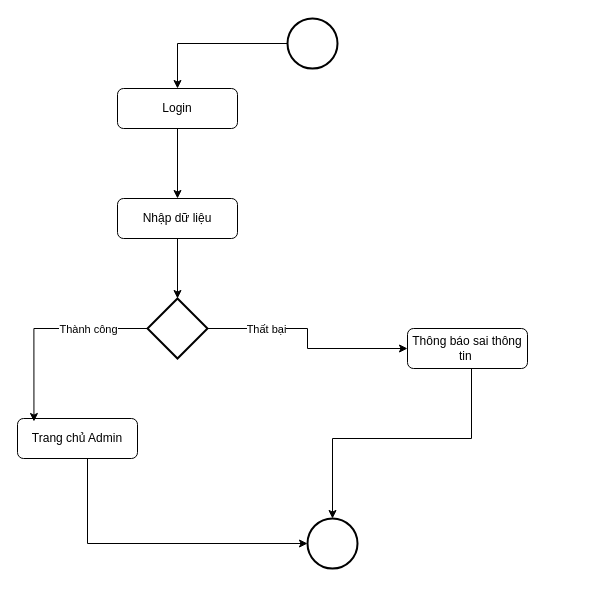
This is Admin/login/UseCaseLogin.drawio from duongquocvu0411/CDSG-CNPM, a draw.io file, before an edit. Source tidied: cells renumbered, new cells numbered last; positions are measured from the earlier drawing's top-left corner, leaving out a move shared by most shapes. Both pictures are drawn from the tidied source at 100%, with x=0, y=0 at pixel (17, 18).
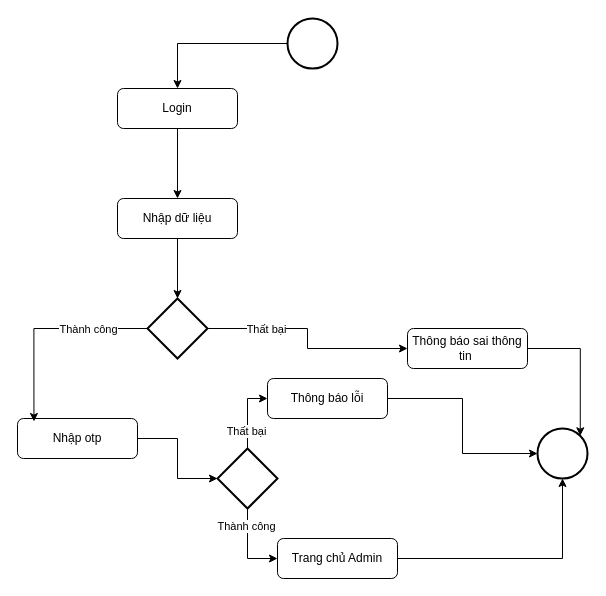
Above is the later version.

Diff of the diagram source:
```diff
@@
     <mxCell id="6" style="strokeWidth=2;html=1;shape=mxgraph.flowchart.start_2;whiteSpace=wrap;" parent="1" vertex="1">
-      <mxGeometry x="290" y="500" width="50" height="50" as="geometry" />
+      <mxGeometry x="520" y="410" width="50" height="50" as="geometry" />
     </mxCell>
@@
-    <mxCell id="12" style="edgeStyle=orthogonalEdgeStyle;rounded=0;jettySize=auto;html=1;" parent="1" edge="1" source="13" target="6">
-      <mxGeometry relative="1" as="geometry">
-        <Array as="points">
-          <mxPoint x="70" y="525" />
-        </Array>
-      </mxGeometry>
-    </mxCell>
+    <mxCell id="18" style="edgeStyle=orthogonalEdgeStyle;rounded=0;jettySize=auto;html=1;" parent="1" edge="1" source="13" target="23">
+      <mxGeometry relative="1" as="geometry" />
+    </mxCell>
-    <mxCell id="13" value="Trang chủ Admin" style="rounded=1;whiteSpace=wrap;html=1;fontSize=12;glass=0;strokeWidth=1;shadow=0;" parent="1" vertex="1">
+    <mxCell id="13" value="Nhập otp" style="rounded=1;whiteSpace=wrap;html=1;fontSize=12;glass=0;strokeWidth=1;shadow=0;" parent="1" vertex="1">
       <mxGeometry y="400" width="120" height="40" as="geometry" />
     </mxCell>
@@
+    <mxCell id="17" value="Thông báo sai thông tin&amp;nbsp;" style="rounded=1;whiteSpace=wrap;html=1;fontSize=12;glass=0;strokeWidth=1;shadow=0;" parent="1" vertex="1">
+      <mxGeometry x="390" y="310" width="120" height="40" as="geometry" />
+    </mxCell>
+    <mxCell id="19" style="edgeStyle=orthogonalEdgeStyle;rounded=0;jettySize=auto;html=1;entryX=0;entryY=0.5;entryDx=0;entryDy=0;" parent="1" edge="1" source="23" target="24">
+      <mxGeometry relative="1" as="geometry" />
+    </mxCell>
+    <mxCell id="20" value="Thất bại" style="edgeLabel;html=1;align=center;verticalAlign=middle;" parent="19" vertex="1">
+      <mxGeometry x="-0.48" y="2" relative="1" as="geometry" />
+    </mxCell>
+    <mxCell id="21" style="edgeStyle=orthogonalEdgeStyle;rounded=0;jettySize=auto;html=1;entryX=0;entryY=0.5;entryDx=0;entryDy=0;" parent="1" edge="1" source="23" target="25">
+      <mxGeometry relative="1" as="geometry" />
+    </mxCell>
+    <mxCell id="22" value="Thành công" style="edgeLabel;html=1;align=center;verticalAlign=middle;" parent="21" vertex="1">
+      <mxGeometry x="-0.58" y="-2" relative="1" as="geometry" />
+    </mxCell>
+    <mxCell id="23" style="strokeWidth=2;html=1;shape=mxgraph.flowchart.decision;whiteSpace=wrap;" parent="1" vertex="1">
+      <mxGeometry x="200" y="430" width="60" height="60" as="geometry" />
+    </mxCell>
+    <mxCell id="24" value="Thông báo lỗi" style="rounded=1;whiteSpace=wrap;html=1;fontSize=12;glass=0;strokeWidth=1;shadow=0;" parent="1" vertex="1">
+      <mxGeometry x="250" y="360" width="120" height="40" as="geometry" />
+    </mxCell>
+    <mxCell id="25" value="Trang chủ Admin" style="rounded=1;whiteSpace=wrap;html=1;fontSize=12;glass=0;strokeWidth=1;shadow=0;" parent="1" vertex="1">
+      <mxGeometry x="260" y="520" width="120" height="40" as="geometry" />
+    </mxCell>
-    <mxCell id="16" style="edgeStyle=orthogonalEdgeStyle;rounded=0;jettySize=auto;html=1;" parent="1" edge="1" source="17" target="6">
-      <mxGeometry relative="1" as="geometry">
-        <Array as="points">
-          <mxPoint x="454" y="420" />
-          <mxPoint x="315" y="420" />
-        </Array>
-      </mxGeometry>
+    <mxCell id="16" style="edgeStyle=orthogonalEdgeStyle;rounded=0;jettySize=auto;html=1;entryX=0.855;entryY=0.145;entryDx=0;entryDy=0;entryPerimeter=0;" parent="1" edge="1" source="17" target="6">
+      <mxGeometry relative="1" as="geometry" />
     </mxCell>
-    <mxCell id="17" value="Thông báo sai thông tin&amp;nbsp;" style="rounded=1;whiteSpace=wrap;html=1;fontSize=12;glass=0;strokeWidth=1;shadow=0;" parent="1" vertex="1">
-      <mxGeometry x="390" y="310" width="120" height="40" as="geometry" />
-    </mxCell>
+    <mxCell id="26" style="edgeStyle=orthogonalEdgeStyle;rounded=0;jettySize=auto;html=1;entryX=0;entryY=0.5;entryDx=0;entryDy=0;entryPerimeter=0;" parent="1" edge="1" source="24" target="6">
+      <mxGeometry relative="1" as="geometry" />
+    </mxCell>
+    <mxCell id="27" style="edgeStyle=orthogonalEdgeStyle;rounded=0;jettySize=auto;html=1;entryX=0.5;entryY=1;entryDx=0;entryDy=0;entryPerimeter=0;" parent="1" edge="1" source="25" target="6">
+      <mxGeometry relative="1" as="geometry" />
+    </mxCell>
```
